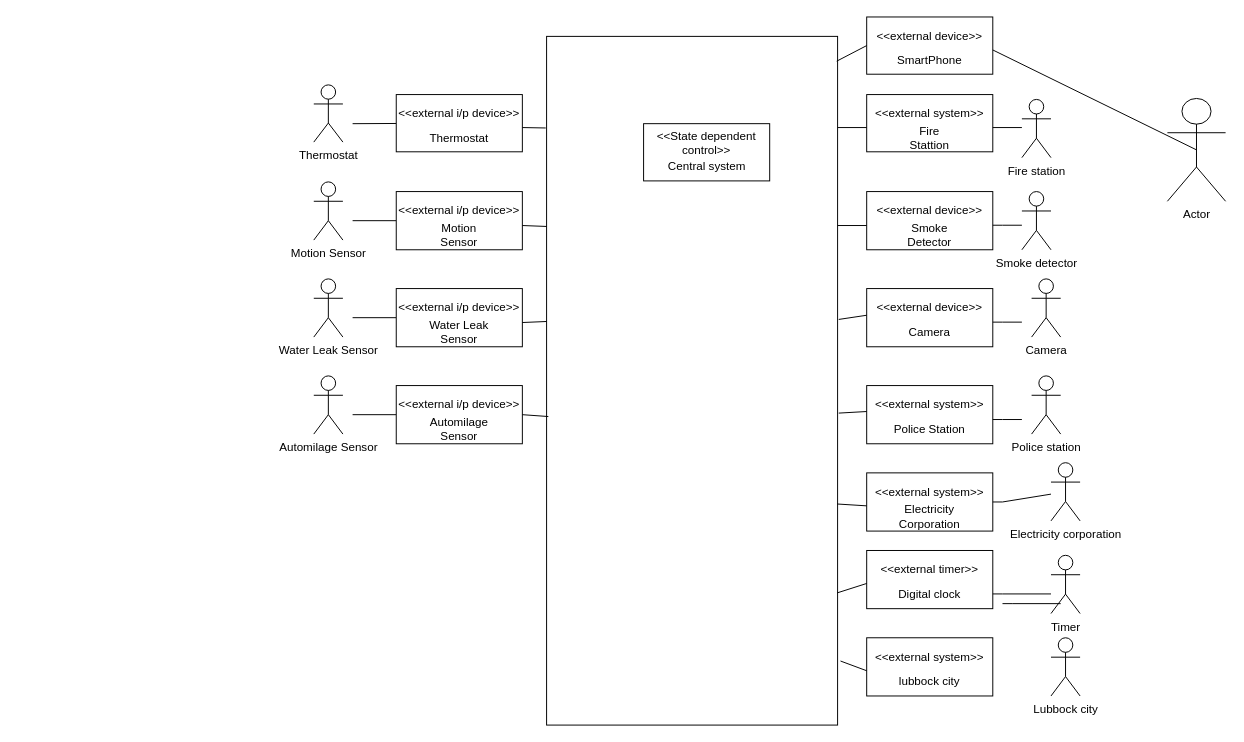
Earlier version of the draw.io diagram Untitled Diagram.drawio (emmanuel-george/TestProject). Source tidied: cells renumbered, new cells numbered last; positions are measured from the earlier drawing's top-left corner, leaving out a move shared by most shapes. Both pictures are drawn from the tidied source at 97%, with x=0, y=0 at pixel (313, 16).
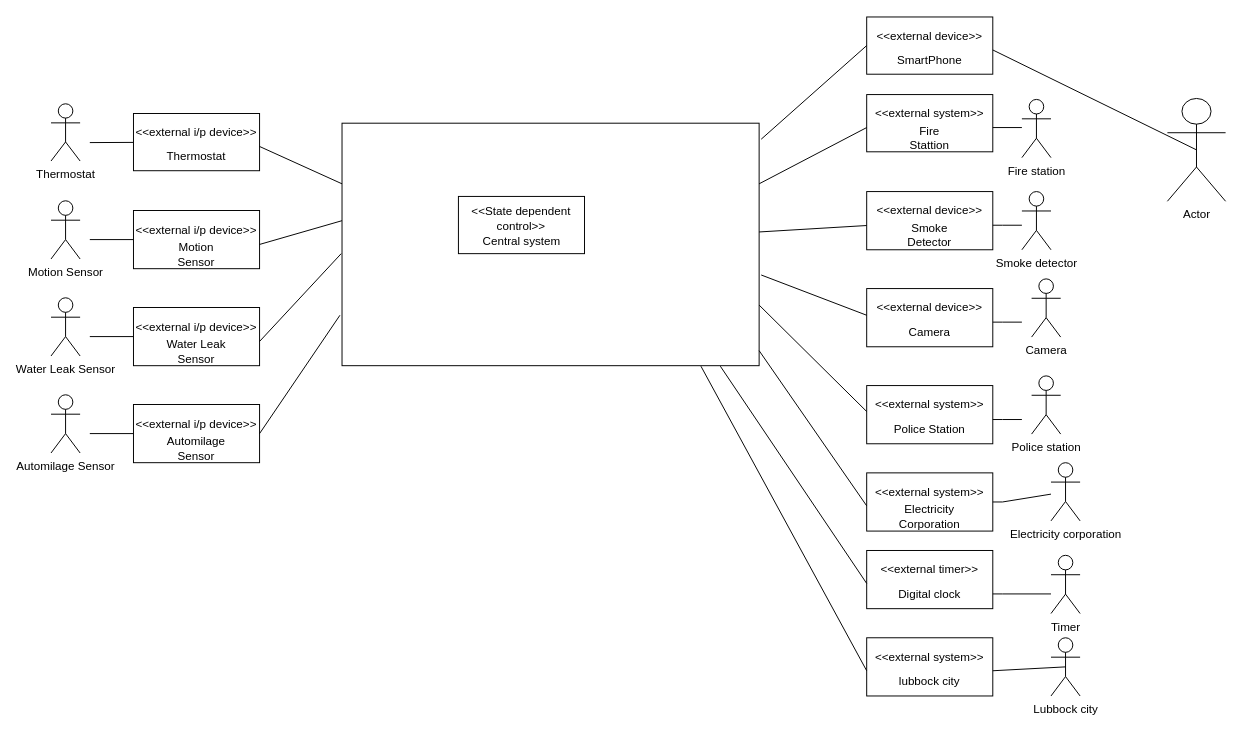
The same diagram, later.

The change refers to these unchanged cells:
```xml
<mxCell id="24" value="&amp;lt;&amp;lt;external system&amp;gt;&amp;gt;" style="text;html=1;strokeColor=none;fillColor=none;align=center;verticalAlign=middle;whiteSpace=wrap;rounded=0;" parent="1" vertex="1">
  <mxGeometry x="570" y="85" width="130" height="29" as="geometry" />
</mxCell>
<mxCell id="27" value="&amp;lt;&amp;lt;external device&amp;gt;&amp;gt;" style="text;html=1;strokeColor=none;fillColor=none;align=center;verticalAlign=middle;whiteSpace=wrap;rounded=0;" parent="1" vertex="1">
  <mxGeometry x="570" y="185" width="130" height="30" as="geometry" />
</mxCell>
<mxCell id="30" value="&amp;lt;&amp;lt;external device&amp;gt;&amp;gt;" style="text;html=1;strokeColor=none;fillColor=none;align=center;verticalAlign=middle;whiteSpace=wrap;rounded=0;" parent="1" vertex="1">
  <mxGeometry x="570" y="285" width="130" height="30" as="geometry" />
</mxCell>
<mxCell id="34" value="&amp;lt;&amp;lt;external system&amp;gt;&amp;gt;" style="text;html=1;strokeColor=none;fillColor=none;align=center;verticalAlign=middle;whiteSpace=wrap;rounded=0;" parent="1" vertex="1">
  <mxGeometry x="570" y="385" width="130" height="29" as="geometry" />
</mxCell>
<mxCell id="37" value="&amp;lt;&amp;lt;external system&amp;gt;&amp;gt;" style="text;html=1;strokeColor=none;fillColor=none;align=center;verticalAlign=middle;whiteSpace=wrap;rounded=0;" parent="1" vertex="1">
  <mxGeometry x="570" y="475" width="130" height="29" as="geometry" />
</mxCell>
<mxCell id="40" value="&amp;lt;&amp;lt;external timer&amp;gt;&amp;gt;" style="text;html=1;strokeColor=none;fillColor=none;align=center;verticalAlign=middle;whiteSpace=wrap;rounded=0;" parent="1" vertex="1">
  <mxGeometry x="570" y="555" width="130" height="29" as="geometry" />
</mxCell>
<mxCell id="43" value="&amp;lt;&amp;lt;external system&amp;gt;&amp;gt;" style="text;html=1;strokeColor=none;fillColor=none;align=center;verticalAlign=middle;whiteSpace=wrap;rounded=0;" parent="1" vertex="1">
  <mxGeometry x="570" y="645" width="130" height="29" as="geometry" />
</mxCell>
<mxCell id="56" value="Lubbock city&lt;br&gt;" style="shape=umlActor;verticalLabelPosition=bottom;verticalAlign=top;html=1;outlineConnect=0;" parent="1" vertex="1">
  <mxGeometry x="760" y="640" width="30" height="60" as="geometry" />
</mxCell>
<mxCell id="72" style="rounded=0;whiteSpace=wrap;html=1;" parent="1" vertex="1">
  <mxGeometry x="570" width="130" height="59" as="geometry" />
</mxCell>
```

Diff of the diagram source:
```diff
@@
     <mxCell id="2" value="Thermostat&lt;br&gt;" style="shape=umlActor;verticalLabelPosition=bottom;verticalAlign=top;html=1;" parent="1" vertex="1">
-      <mxGeometry y="70" width="30" height="59" as="geometry" />
+      <mxGeometry x="-270.9" y="89.5" width="30" height="59" as="geometry" />
     </mxCell>
     <mxCell id="3" style="endArrow=none;html=1;rounded=0;" parent="1" edge="1" target="4">
       <mxGeometry relative="1" as="geometry">
-        <mxPoint x="40" y="110" as="sourcePoint" />
+        <mxPoint x="-230.9" y="129.5" as="sourcePoint" />
       </mxGeometry>
     </mxCell>
     <mxCell id="4" style="rounded=0;whiteSpace=wrap;html=1;" parent="1" vertex="1">
-      <mxGeometry x="85" y="80" width="130" height="59" as="geometry" />
+      <mxGeometry x="-185.9" y="99.5" width="130" height="59" as="geometry" />
     </mxCell>
     <mxCell id="5" value="&amp;lt;&amp;lt;external i/p device&amp;gt;&amp;gt;" style="text;html=1;strokeColor=none;fillColor=none;align=center;verticalAlign=middle;whiteSpace=wrap;rounded=0;" parent="1" vertex="1">
-      <mxGeometry x="85" y="85" width="130" height="29" as="geometry" />
+      <mxGeometry x="-185.9" y="104.5" width="130" height="29" as="geometry" />
     </mxCell>
     <mxCell id="6" value="Thermostat" style="text;html=1;strokeColor=none;fillColor=none;align=center;verticalAlign=middle;whiteSpace=wrap;rounded=0;" parent="1" vertex="1">
-      <mxGeometry x="120" y="110" width="60" height="29" as="geometry" />
+      <mxGeometry x="-150.9" y="129.5" width="60" height="29" as="geometry" />
     </mxCell>
     <mxCell id="7" value="Motion Sensor" style="shape=umlActor;verticalLabelPosition=bottom;verticalAlign=top;html=1;" parent="1" vertex="1">
-      <mxGeometry y="170" width="30" height="60" as="geometry" />
+      <mxGeometry x="-270.9" y="189.5" width="30" height="60" as="geometry" />
     </mxCell>
     <mxCell id="8" style="endArrow=none;html=1;rounded=0;" parent="1" edge="1" target="9">
       <mxGeometry relative="1" as="geometry">
-        <mxPoint x="40" y="210" as="sourcePoint" />
+        <mxPoint x="-230.9" y="229.5" as="sourcePoint" />
       </mxGeometry>
     </mxCell>
     <mxCell id="9" style="rounded=0;whiteSpace=wrap;html=1;" parent="1" vertex="1">
-      <mxGeometry x="85" y="180" width="130" height="60" as="geometry" />
+      <mxGeometry x="-185.9" y="199.5" width="130" height="60" as="geometry" />
     </mxCell>
     <mxCell id="10" value="&amp;lt;&amp;lt;external i/p device&amp;gt;&amp;gt;" style="text;html=1;strokeColor=none;fillColor=none;align=center;verticalAlign=middle;whiteSpace=wrap;rounded=0;" parent="1" vertex="1">
-      <mxGeometry x="85" y="185" width="130" height="30" as="geometry" />
+      <mxGeometry x="-185.9" y="204.5" width="130" height="30" as="geometry" />
     </mxCell>
     <mxCell id="11" value="Motion Sensor" style="text;html=1;strokeColor=none;fillColor=none;align=center;verticalAlign=middle;whiteSpace=wrap;rounded=0;" parent="1" vertex="1">
-      <mxGeometry x="120" y="210" width="60" height="30" as="geometry" />
+      <mxGeometry x="-150.9" y="229.5" width="60" height="30" as="geometry" />
     </mxCell>
     <mxCell id="12" value="Water Leak Sensor" style="shape=umlActor;verticalLabelPosition=bottom;verticalAlign=top;html=1;" parent="1" vertex="1">
-      <mxGeometry y="270" width="30" height="60" as="geometry" />
+      <mxGeometry x="-270.9" y="289.5" width="30" height="60" as="geometry" />
     </mxCell>
     <mxCell id="13" style="endArrow=none;html=1;rounded=0;" parent="1" edge="1" target="14">
       <mxGeometry relative="1" as="geometry">
-        <mxPoint x="40" y="310" as="sourcePoint" />
+        <mxPoint x="-230.9" y="329.5" as="sourcePoint" />
       </mxGeometry>
     </mxCell>
     <mxCell id="14" style="rounded=0;whiteSpace=wrap;html=1;" parent="1" vertex="1">
-      <mxGeometry x="85" y="280" width="130" height="60" as="geometry" />
+      <mxGeometry x="-185.9" y="299.5" width="130" height="60" as="geometry" />
     </mxCell>
     <mxCell id="15" value="&amp;lt;&amp;lt;external i/p device&amp;gt;&amp;gt;" style="text;html=1;strokeColor=none;fillColor=none;align=center;verticalAlign=middle;whiteSpace=wrap;rounded=0;" parent="1" vertex="1">
-      <mxGeometry x="85" y="285" width="130" height="30" as="geometry" />
+      <mxGeometry x="-185.9" y="304.5" width="130" height="30" as="geometry" />
     </mxCell>
     <mxCell id="16" value="Water Leak Sensor" style="text;html=1;strokeColor=none;fillColor=none;align=center;verticalAlign=middle;whiteSpace=wrap;rounded=0;" parent="1" vertex="1">
-      <mxGeometry x="110" y="310" width="80" height="30" as="geometry" />
+      <mxGeometry x="-160.9" y="329.5" width="80" height="30" as="geometry" />
     </mxCell>
     <mxCell id="17" value="Automilage Sensor" style="shape=umlActor;verticalLabelPosition=bottom;verticalAlign=top;html=1;" parent="1" vertex="1">
-      <mxGeometry y="370" width="30" height="60" as="geometry" />
+      <mxGeometry x="-270.9" y="389.5" width="30" height="60" as="geometry" />
     </mxCell>
     <mxCell id="18" style="endArrow=none;html=1;rounded=0;" parent="1" edge="1" target="19">
       <mxGeometry relative="1" as="geometry">
-        <mxPoint x="40" y="410" as="sourcePoint" />
+        <mxPoint x="-230.9" y="429.5" as="sourcePoint" />
       </mxGeometry>
     </mxCell>
     <mxCell id="19" style="rounded=0;whiteSpace=wrap;html=1;" parent="1" vertex="1">
-      <mxGeometry x="85" y="380" width="130" height="60" as="geometry" />
+      <mxGeometry x="-185.9" y="399.5" width="130" height="60" as="geometry" />
     </mxCell>
     <mxCell id="20" value="&amp;lt;&amp;lt;external i/p device&amp;gt;&amp;gt;" style="text;html=1;strokeColor=none;fillColor=none;align=center;verticalAlign=middle;whiteSpace=wrap;rounded=0;" parent="1" vertex="1">
-      <mxGeometry x="85" y="385" width="130" height="30" as="geometry" />
+      <mxGeometry x="-185.9" y="404.5" width="130" height="30" as="geometry" />
     </mxCell>
     <mxCell id="21" value="Automilage Sensor" style="text;html=1;strokeColor=none;fillColor=none;align=center;verticalAlign=middle;whiteSpace=wrap;rounded=0;" parent="1" vertex="1">
-      <mxGeometry x="110" y="410" width="80" height="30" as="geometry" />
+      <mxGeometry x="-160.9" y="429.5" width="80" height="30" as="geometry" />
     </mxCell>
     <mxCell id="22" style="rounded=0;whiteSpace=wrap;html=1;" parent="1" vertex="1">
-      <mxGeometry x="240" y="20" width="300" height="710" as="geometry" />
+      <mxGeometry x="29.1" y="109.5" width="430" height="250" as="geometry" />
     </mxCell>
@@
-    <mxCell id="57" style="endArrow=none;html=1;rounded=0;entryX=1;entryY=1;entryDx=0;entryDy=0;" parent="1" edge="1">
-      <mxGeometry relative="1" as="geometry">
-        <mxPoint x="770" y="604.8" as="sourcePoint" />
-        <mxPoint x="710" y="604.8" as="targetPoint" />
-        <Array as="points">
-          <mxPoint x="720" y="604.8" />
-        </Array>
-      </mxGeometry>
-    </mxCell>
     <mxCell id="58" style="rounded=0;whiteSpace=wrap;html=1;" parent="1" vertex="1">
-      <mxGeometry x="340" y="110" width="130" height="59" as="geometry" />
+      <mxGeometry x="149.1" y="185" width="130" height="59" as="geometry" />
     </mxCell>
     <mxCell id="59" value="&amp;lt;&amp;lt;State dependent control&amp;gt;&amp;gt;" style="text;html=1;strokeColor=none;fillColor=none;align=center;verticalAlign=middle;whiteSpace=wrap;rounded=0;" parent="1" vertex="1">
-      <mxGeometry x="340" y="115" width="130" height="29" as="geometry" />
+      <mxGeometry x="149.1" y="193" width="130" height="29" as="geometry" />
     </mxCell>
     <mxCell id="60" value="Central system" style="text;html=1;strokeColor=none;fillColor=none;align=center;verticalAlign=middle;whiteSpace=wrap;rounded=0;" parent="1" vertex="1">
-      <mxGeometry x="362.5" y="139" width="85" height="29" as="geometry" />
+      <mxGeometry x="171.6" y="217" width="85" height="29" as="geometry" />
     </mxCell>
-    <mxCell id="61" style="endArrow=none;html=1;rounded=0;entryX=0;entryY=1;entryDx=0;entryDy=0;" parent="1" edge="1" target="24">
-      <mxGeometry relative="1" as="geometry">
-        <mxPoint x="540" y="114" as="sourcePoint" />
-      </mxGeometry>
+    <mxCell id="61" style="endArrow=none;html=1;rounded=0;entryX=0;entryY=1;entryDx=0;entryDy=0;exitX=1;exitY=0.25;exitDx=0;exitDy=0;" parent="1" edge="1" source="22" target="24">
+      <mxGeometry relative="1" as="geometry" />
     </mxCell>
-    <mxCell id="62" style="endArrow=none;html=1;rounded=0;entryX=0;entryY=1;entryDx=0;entryDy=0;" parent="1" edge="1" target="27">
-      <mxGeometry relative="1" as="geometry">
-        <mxPoint x="540" y="215" as="sourcePoint" />
-      </mxGeometry>
+    <mxCell id="62" style="endArrow=none;html=1;rounded=0;entryX=0;entryY=1;entryDx=0;entryDy=0;" parent="1" edge="1" source="22" target="27">
+      <mxGeometry relative="1" as="geometry" />
     </mxCell>
-    <mxCell id="63" style="endArrow=none;html=1;rounded=0;entryX=0;entryY=0.75;entryDx=0;entryDy=0;exitX=1.004;exitY=0.411;exitDx=0;exitDy=0;exitPerimeter=0;" parent="1" edge="1" source="22" target="30">
+    <mxCell id="63" style="endArrow=none;html=1;rounded=0;entryX=0;entryY=0.75;entryDx=0;entryDy=0;exitX=1.005;exitY=0.626;exitDx=0;exitDy=0;exitPerimeter=0;" parent="1" edge="1" source="22" target="30">
       <mxGeometry relative="1" as="geometry" />
     </mxCell>
-    <mxCell id="64" style="endArrow=none;html=1;rounded=0;entryX=0;entryY=0.75;entryDx=0;entryDy=0;exitX=1.004;exitY=0.547;exitDx=0;exitDy=0;exitPerimeter=0;" parent="1" edge="1" source="22" target="34">
+    <mxCell id="64" style="endArrow=none;html=1;rounded=0;entryX=0;entryY=0.75;entryDx=0;entryDy=0;exitX=1;exitY=0.75;exitDx=0;exitDy=0;" parent="1" edge="1" source="22" target="34">
       <mxGeometry relative="1" as="geometry" />
     </mxCell>
-    <mxCell id="65" style="endArrow=none;html=1;rounded=0;entryX=0;entryY=1;entryDx=0;entryDy=0;exitX=0.999;exitY=0.679;exitDx=0;exitDy=0;exitPerimeter=0;" parent="1" edge="1" source="22" target="37">
+    <mxCell id="65" style="endArrow=none;html=1;rounded=0;entryX=0;entryY=1;entryDx=0;entryDy=0;exitX=1;exitY=0.938;exitDx=0;exitDy=0;exitPerimeter=0;" parent="1" edge="1" source="22" target="37">
       <mxGeometry relative="1" as="geometry" />
     </mxCell>
-    <mxCell id="66" style="endArrow=none;html=1;rounded=0;entryX=0;entryY=1;entryDx=0;entryDy=0;exitX=0.999;exitY=0.808;exitDx=0;exitDy=0;exitPerimeter=0;" parent="1" edge="1" source="22" target="40">
-      <mxGeometry relative="1" as="geometry" />
+    <mxCell id="66" style="endArrow=none;html=1;rounded=0;entryX=0;entryY=1;entryDx=0;entryDy=0;" parent="1" edge="1" target="40">
+      <mxGeometry relative="1" as="geometry">
+        <mxPoint x="419.1" y="360" as="sourcePoint" />
+      </mxGeometry>
     </mxCell>
-    <mxCell id="67" style="endArrow=none;html=1;rounded=0;entryX=0;entryY=1;entryDx=0;entryDy=0;exitX=1.01;exitY=0.907;exitDx=0;exitDy=0;exitPerimeter=0;" parent="1" edge="1" source="22" target="43">
-      <mxGeometry relative="1" as="geometry" />
+    <mxCell id="67" style="endArrow=none;html=1;rounded=0;entryX=0;entryY=1;entryDx=0;entryDy=0;" parent="1" edge="1" target="43">
+      <mxGeometry relative="1" as="geometry">
+        <mxPoint x="399.1" y="360" as="sourcePoint" />
+      </mxGeometry>
     </mxCell>
-    <mxCell id="68" style="endArrow=none;html=1;rounded=0;exitX=1;exitY=1;exitDx=0;exitDy=0;entryX=-0.003;entryY=0.133;entryDx=0;entryDy=0;entryPerimeter=0;" parent="1" edge="1" source="5" target="22">
+    <mxCell id="68" style="endArrow=none;html=1;rounded=0;exitX=1;exitY=1;exitDx=0;exitDy=0;entryX=0;entryY=0.25;entryDx=0;entryDy=0;" parent="1" edge="1" source="5" target="22">
       <mxGeometry relative="1" as="geometry" />
     </mxCell>
-    <mxCell id="69" style="endArrow=none;html=1;rounded=0;exitX=1;exitY=1;exitDx=0;exitDy=0;entryX=0;entryY=0.276;entryDx=0;entryDy=0;entryPerimeter=0;" parent="1" edge="1" source="10" target="22">
-      <mxGeometry relative="1" as="geometry" />
+    <mxCell id="69" style="endArrow=none;html=1;rounded=0;exitX=1;exitY=1;exitDx=0;exitDy=0;" parent="1" edge="1" source="10">
+      <mxGeometry relative="1" as="geometry">
+        <mxPoint x="29.1" y="210" as="targetPoint" />
+      </mxGeometry>
     </mxCell>
-    <mxCell id="70" style="endArrow=none;html=1;rounded=0;exitX=1;exitY=1;exitDx=0;exitDy=0;entryX=0;entryY=0.414;entryDx=0;entryDy=0;entryPerimeter=0;" parent="1" edge="1" source="15" target="22">
+    <mxCell id="70" style="endArrow=none;html=1;rounded=0;exitX=1;exitY=1;exitDx=0;exitDy=0;entryX=-0.002;entryY=0.538;entryDx=0;entryDy=0;entryPerimeter=0;" parent="1" edge="1" source="15" target="22">
       <mxGeometry relative="1" as="geometry" />
     </mxCell>
-    <mxCell id="71" style="endArrow=none;html=1;rounded=0;exitX=1;exitY=0.5;exitDx=0;exitDy=0;entryX=0.006;entryY=0.552;entryDx=0;entryDy=0;entryPerimeter=0;" parent="1" edge="1" source="19" target="22">
+    <mxCell id="71" style="endArrow=none;html=1;rounded=0;exitX=1;exitY=0.5;exitDx=0;exitDy=0;entryX=-0.005;entryY=0.792;entryDx=0;entryDy=0;entryPerimeter=0;" parent="1" edge="1" source="19" target="22">
       <mxGeometry relative="1" as="geometry" />
     </mxCell>
@@
-    <mxCell id="75" style="endArrow=none;html=1;rounded=0;entryX=0;entryY=0.5;entryDx=0;entryDy=0;exitX=0.997;exitY=0.036;exitDx=0;exitDy=0;exitPerimeter=0;" parent="1" edge="1" source="22" target="72">
+    <mxCell id="75" style="endArrow=none;html=1;rounded=0;entryX=0;entryY=0.5;entryDx=0;entryDy=0;exitX=1.005;exitY=0.066;exitDx=0;exitDy=0;exitPerimeter=0;" parent="1" edge="1" source="22" target="72">
       <mxGeometry relative="1" as="geometry" />
     </mxCell>
@@
+    <mxCell id="78" style="endArrow=none;html=1;rounded=0;entryX=0.5;entryY=0.5;entryDx=0;entryDy=0;entryPerimeter=0;exitX=1;exitY=1;exitDx=0;exitDy=0;" parent="1" edge="1" source="43" target="56">
+      <mxGeometry relative="1" as="geometry" />
+    </mxCell>
```
